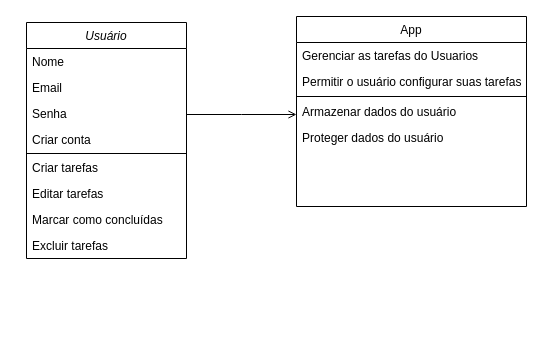
Earlier version of the draw.io diagram Diagrama sem nome.drawio (Lotharzin/Sistema-de-gerenciamento-de-tarefas). Source tidied: cells renumbered, new cells numbered last; positions are measured from the earlier drawing's top-left corner, leaving out a move shared by most shapes. Both pictures are drawn from the tidied source at 100%, with x=0, y=0 at pixel (26, 16).
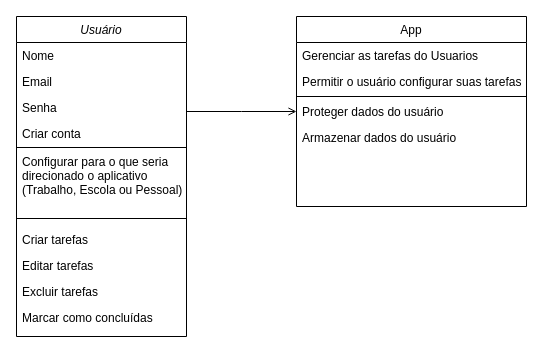
The same page after the edit.

Unchanged cells that the change refers to:
```xml
<mxCell id="12" value="App" style="swimlane;fontStyle=0;align=center;verticalAlign=top;horizontal=1;startSize=26;rounded=0;shadow=0;strokeWidth=1;" parent="1" vertex="1">
  <mxGeometry x="270" width="230" height="190" as="geometry" />
</mxCell>
```

Diff of the diagram source:
```diff
@@
     <mxCell id="2" value="Usuário" style="swimlane;fontStyle=2;align=center;verticalAlign=top;horizontal=1;startSize=26;rounded=0;shadow=0;strokeWidth=1;" parent="1" vertex="1">
-      <mxGeometry y="6" width="160" height="236" as="geometry" />
+      <mxGeometry x="-10" width="170" height="320" as="geometry" />
     </mxCell>
     <mxCell id="3" value="Nome" style="text;align=left;verticalAlign=top;spacingLeft=4;spacingRight=4;overflow=hidden;" parent="2" vertex="1">
-      <mxGeometry y="26" width="160" height="26" as="geometry" />
+      <mxGeometry y="26" width="170" height="26" as="geometry" />
     </mxCell>
     <mxCell id="4" value="Email" style="text;align=left;verticalAlign=top;spacingLeft=4;spacingRight=4;overflow=hidden;rounded=0;shadow=0;html=0;" parent="2" vertex="1">
-      <mxGeometry y="52" width="160" height="26" as="geometry" />
+      <mxGeometry y="52" width="170" height="26" as="geometry" />
     </mxCell>
     <mxCell id="5" value="Senha" style="text;align=left;verticalAlign=top;spacingLeft=4;spacingRight=4;overflow=hidden;rounded=0;shadow=0;html=0;" parent="2" vertex="1">
-      <mxGeometry y="78" width="160" height="26" as="geometry" />
+      <mxGeometry y="78" width="170" height="26" as="geometry" />
     </mxCell>
     <mxCell id="6" value="Criar conta" style="text;align=left;verticalAlign=top;spacingLeft=4;spacingRight=4;overflow=hidden;rounded=0;shadow=0;html=0;" parent="2" vertex="1">
-      <mxGeometry y="104" width="160" height="26" as="geometry" />
+      <mxGeometry y="104" width="170" height="26" as="geometry" />
     </mxCell>
     <mxCell id="7" style="line;html=1;strokeWidth=1;align=left;verticalAlign=middle;spacingTop=-1;spacingLeft=3;spacingRight=3;labelPosition=right;" parent="2" vertex="1">
-      <mxGeometry y="130" width="160" height="2" as="geometry" />
+      <mxGeometry y="130" width="170" height="2" as="geometry" />
     </mxCell>
+    <mxCell id="19" value="Configurar para o que seria&#10;direcionado o aplicativo&#10;(Trabalho, Escola ou Pessoal)" style="text;align=left;verticalAlign=top;spacingLeft=4;spacingRight=4;overflow=hidden;rounded=0;shadow=0;html=0;" parent="2" vertex="1">
+      <mxGeometry y="132" width="170" height="62" as="geometry" />
+    </mxCell>
+    <mxCell id="20" style="line;html=1;strokeWidth=1;align=left;verticalAlign=middle;spacingTop=-1;spacingLeft=3;spacingRight=3;labelPosition=right;" parent="2" vertex="1">
+      <mxGeometry y="194" width="170" height="16" as="geometry" />
+    </mxCell>
     <mxCell id="8" value="Criar tarefas" style="text;align=left;verticalAlign=top;spacingLeft=4;spacingRight=4;overflow=hidden;rounded=0;shadow=0;html=0;" parent="2" vertex="1">
-      <mxGeometry y="132" width="160" height="26" as="geometry" />
+      <mxGeometry y="210" width="170" height="26" as="geometry" />
     </mxCell>
     <mxCell id="9" value="Editar tarefas" style="text;align=left;verticalAlign=top;spacingLeft=4;spacingRight=4;overflow=hidden;rounded=0;shadow=0;html=0;" parent="2" vertex="1">
-      <mxGeometry y="158" width="160" height="26" as="geometry" />
+      <mxGeometry y="236" width="170" height="26" as="geometry" />
     </mxCell>
+    <mxCell id="11" value="Excluir tarefas" style="text;align=left;verticalAlign=top;spacingLeft=4;spacingRight=4;overflow=hidden;rounded=0;shadow=0;html=0;" parent="2" vertex="1">
+      <mxGeometry y="262" width="170" height="26" as="geometry" />
+    </mxCell>
     <mxCell id="10" value="Marcar como concluídas" style="text;align=left;verticalAlign=top;spacingLeft=4;spacingRight=4;overflow=hidden;rounded=0;shadow=0;html=0;" parent="2" vertex="1">
-      <mxGeometry y="184" width="160" height="26" as="geometry" />
+      <mxGeometry y="288" width="170" height="26" as="geometry" />
     </mxCell>
-    <mxCell id="11" value="Excluir tarefas" style="text;align=left;verticalAlign=top;spacingLeft=4;spacingRight=4;overflow=hidden;rounded=0;shadow=0;html=0;" parent="2" vertex="1">
-      <mxGeometry y="210" width="160" height="26" as="geometry" />
-    </mxCell>
@@
+    <mxCell id="17" value="Proteger dados do usuário" style="text;align=left;verticalAlign=top;spacingLeft=4;spacingRight=4;overflow=hidden;rounded=0;shadow=0;html=0;" parent="12" vertex="1">
+      <mxGeometry y="82" width="230" height="26" as="geometry" />
+    </mxCell>
     <mxCell id="16" value="Armazenar dados do usuário" style="text;align=left;verticalAlign=top;spacingLeft=4;spacingRight=4;overflow=hidden;rounded=0;shadow=0;html=0;" parent="12" vertex="1">
-      <mxGeometry y="82" width="230" height="26" as="geometry" />
+      <mxGeometry y="108" width="230" height="26" as="geometry" />
     </mxCell>
-    <mxCell id="17" value="Proteger dados do usuário" style="text;align=left;verticalAlign=top;spacingLeft=4;spacingRight=4;overflow=hidden;rounded=0;shadow=0;html=0;" parent="12" vertex="1">
-      <mxGeometry y="108" width="230" height="26" as="geometry" />
-    </mxCell>
```
